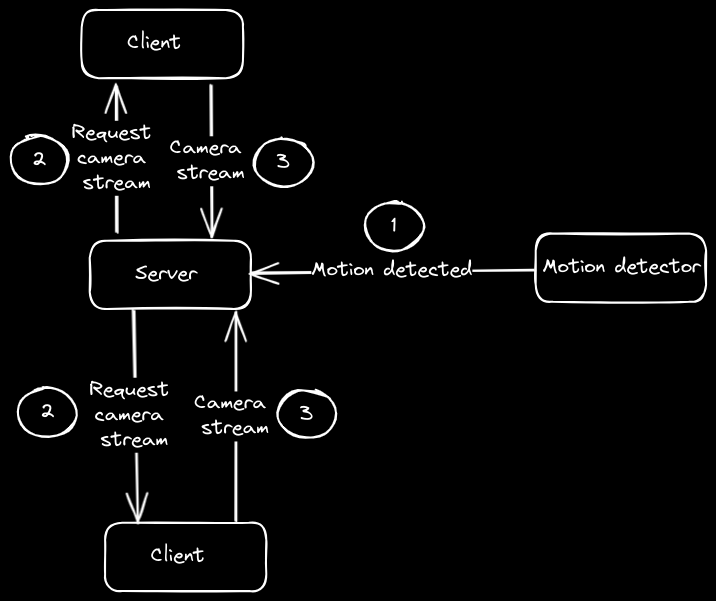
Before: architecture.excalidraw.png, a diagram exported from Excalidraw (balegajay/home_security). Source tidied: one line per element, renumbered; positions are measured from the earlier drawing's top-left corner, leaving out a move shared by most shapes. Source of this version:
```json
{"id": 0, "type": "rectangle", "strokeColor": "#ffffff", "strokeWidth": 2, "roughness": 1, "round": true, "x": 80, "y": 231, "width": 161, "height": 68}
{"id": 1, "type": "text", "text": "Server", "strokeColor": "#ffffff", "strokeWidth": 2, "roughness": 1, "fontSize": 20, "fontFamily": 1, "x": 125, "y": 252, "width": 62, "height": 25}
{"id": 2, "type": "rectangle", "strokeColor": "#ffffff", "strokeWidth": 2, "roughness": 1, "round": true, "x": 95, "y": 513, "width": 161, "height": 68}
{"id": 3, "type": "text", "text": "Client", "strokeColor": "#ffffff", "strokeWidth": 2, "roughness": 1, "fontSize": 20, "fontFamily": 1, "x": 141, "y": 534, "width": 54, "height": 25}
{"id": 4, "type": "rectangle", "strokeColor": "#ffffff", "strokeWidth": 2, "roughness": 1, "round": true, "x": 526, "y": 223, "width": 170, "height": 68}
{"id": 5, "type": "text", "text": "Motion detector", "strokeColor": "#ffffff", "strokeWidth": 2, "roughness": 1, "fontSize": 20, "fontFamily": 1, "x": 533, "y": 245, "width": 158, "height": 25}
{"id": 6, "type": "arrow", "strokeColor": "#ffffff", "strokeWidth": 2, "roughness": 1, "endArrowhead": "arrow", "round": true, "from": 5, "x": 523, "y": 259, "width": 282, "height": 3, "points": [[0, 0], [-282, 3]]}
{"id": 7, "type": "text", "text": "Motion detected", "strokeColor": "#ffffff", "strokeWidth": 2, "roughness": 1, "fontSize": 20, "fontFamily": 1, "textAlign": "center", "verticalAlign": "middle", "inside": 6, "x": 234, "y": 249, "width": 161, "height": 25}
{"id": 8, "type": "arrow", "strokeColor": "#ffffff", "strokeWidth": 2, "roughness": 1, "endArrowhead": "arrow", "round": true, "from": 0, "to": 2, "x": 123, "y": 300, "width": 2, "height": 211, "points": [[0, 0], [2, 211]]}
{"id": 9, "type": "text", "text": "Request \ncamera \nstream", "strokeColor": "#ffffff", "strokeWidth": 2, "roughness": 1, "fontSize": 20, "fontFamily": 1, "textAlign": "center", "verticalAlign": "middle", "inside": 8, "x": 79, "y": 368, "width": 90, "height": 75}
{"id": 10, "type": "arrow", "strokeColor": "#ffffff", "strokeWidth": 2, "roughness": 1, "endArrowhead": "arrow", "round": true, "from": 2, "to": 0, "x": 225, "y": 511, "width": 0, "height": 209, "points": [[0, 0], [0, -209]]}
{"id": 11, "type": "text", "text": "Camera \nstream", "strokeColor": "#ffffff", "strokeWidth": 2, "roughness": 1, "fontSize": 20, "fontFamily": 1, "textAlign": "center", "verticalAlign": "middle", "inside": 10, "x": 184, "y": 381, "width": 82, "height": 50}
{"id": 12, "type": "rectangle", "strokeColor": "#ffffff", "strokeWidth": 2, "roughness": 1, "round": true, "x": 72, "y": 0, "width": 161, "height": 68}
{"id": 13, "type": "text", "text": "Client", "strokeColor": "#ffffff", "strokeWidth": 2, "roughness": 1, "fontSize": 20, "fontFamily": 1, "x": 117, "y": 21, "width": 54, "height": 25}
{"id": 14, "type": "arrow", "strokeColor": "#ffffff", "strokeWidth": 2, "roughness": 1, "endArrowhead": "arrow", "round": true, "from": 0, "to": 12, "x": 107, "y": 222, "width": 0, "height": 146, "points": [[0, 0], [0, -146]]}
{"id": 15, "type": "text", "text": "Request \ncamera \nstream", "strokeColor": "#ffffff", "strokeWidth": 2, "roughness": 1, "fontSize": 20, "fontFamily": 1, "textAlign": "center", "verticalAlign": "middle", "inside": 14, "x": 299, "y": 516, "width": 90, "height": 75}
{"id": 16, "type": "arrow", "strokeColor": "#ffffff", "strokeWidth": 2, "roughness": 1, "endArrowhead": "arrow", "round": true, "from": 12, "to": 0, "x": 201, "y": 75, "width": 0, "height": 151, "points": [[0, 0], [0, 151]]}
{"id": 17, "type": "text", "text": "Camera \nstream", "strokeColor": "#ffffff", "strokeWidth": 2, "roughness": 1, "fontSize": 20, "fontFamily": 1, "textAlign": "center", "verticalAlign": "middle", "inside": 16, "x": 404, "y": 529, "width": 82, "height": 50}
{"id": 18, "type": "ellipse", "strokeColor": "#ffffff", "strokeWidth": 2, "roughness": 1, "round": true, "x": 355, "y": 192, "width": 59, "height": 49}
{"id": 19, "type": "text", "text": "1", "strokeColor": "#ffffff", "strokeWidth": 2, "roughness": 1, "fontSize": 20, "fontFamily": 1, "textAlign": "center", "verticalAlign": "middle", "inside": 18, "x": 381, "y": 204, "width": 5, "height": 25}
{"id": 20, "type": "ellipse", "strokeColor": "#ffffff", "strokeWidth": 2, "roughness": 1, "round": true, "x": 8, "y": 378, "width": 59, "height": 49}
{"id": 21, "type": "text", "text": "2", "strokeColor": "#ffffff", "strokeWidth": 2, "roughness": 1, "fontSize": 20, "fontFamily": 1, "textAlign": "center", "verticalAlign": "middle", "inside": 20, "x": 30, "y": 390, "width": 14, "height": 25}
{"id": 22, "type": "ellipse", "strokeColor": "#ffffff", "strokeWidth": 2, "roughness": 1, "round": true, "x": 0, "y": 126, "width": 59, "height": 49}
{"id": 23, "type": "text", "text": "2", "strokeColor": "#ffffff", "strokeWidth": 2, "roughness": 1, "fontSize": 20, "fontFamily": 1, "textAlign": "center", "verticalAlign": "middle", "inside": 22, "x": 22, "y": 138, "width": 14, "height": 25}
{"id": 24, "type": "ellipse", "strokeColor": "#ffffff", "strokeWidth": 2, "roughness": 1, "round": true, "x": 244, "y": 128, "width": 59, "height": 49}
{"id": 25, "type": "text", "text": "3", "strokeColor": "#ffffff", "strokeWidth": 2, "roughness": 1, "fontSize": 20, "fontFamily": 1, "textAlign": "center", "verticalAlign": "middle", "inside": 24, "x": 267, "y": 140, "width": 14, "height": 25}
{"id": 26, "type": "ellipse", "strokeColor": "#ffffff", "strokeWidth": 2, "roughness": 1, "round": true, "x": 267, "y": 379, "width": 59, "height": 49}
{"id": 27, "type": "text", "text": "3", "strokeColor": "#ffffff", "strokeWidth": 2, "roughness": 1, "fontSize": 20, "fontFamily": 1, "textAlign": "center", "verticalAlign": "middle", "inside": 26, "x": 290, "y": 392, "width": 14, "height": 25}
```
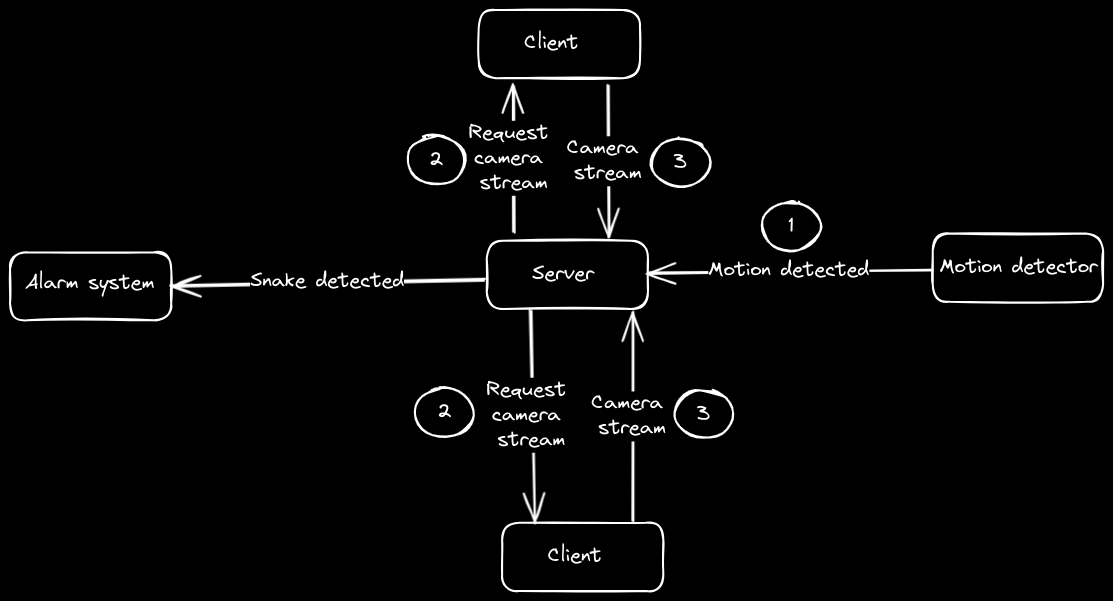
Above is the later version.

Diff of the diagram source:
```diff
@@ -26,3 +26,7 @@
 {"id": 25, "type": "text", "text": "3", "strokeColor": "#ffffff", "strokeWidth": 2, "roughness": 1, "fontSize": 20, "fontFamily": 1, "textAlign": "center", "verticalAlign": "middle", "inside": 24, "x": 267, "y": 140, "width": 14, "height": 25}
 {"id": 26, "type": "ellipse", "strokeColor": "#ffffff", "strokeWidth": 2, "roughness": 1, "round": true, "x": 267, "y": 379, "width": 59, "height": 49}
 {"id": 27, "type": "text", "text": "3", "strokeColor": "#ffffff", "strokeWidth": 2, "roughness": 1, "fontSize": 20, "fontFamily": 1, "textAlign": "center", "verticalAlign": "middle", "inside": 26, "x": 290, "y": 392, "width": 14, "height": 25}
+{"id": 28, "type": "arrow", "strokeColor": "#ffffff", "strokeWidth": 2, "roughness": 1, "endArrowhead": "arrow", "round": true, "from": 0, "x": 77, "y": 269, "width": 313, "height": 6, "points": [[0, 0], [-313, 6]]}
+{"id": 29, "type": "text", "text": "Snake detected", "strokeColor": "#ffffff", "strokeWidth": 2, "roughness": 1, "fontSize": 20, "fontFamily": 1, "textAlign": "center", "verticalAlign": "middle", "inside": 28, "x": -157, "y": 259, "width": 154, "height": 25}
+{"id": 30, "type": "rectangle", "strokeColor": "#ffffff", "strokeWidth": 2, "roughness": 1, "round": true, "x": -397, "y": 242, "width": 161, "height": 68}
+{"id": 31, "type": "text", "text": "Alarm system", "strokeColor": "#ffffff", "strokeWidth": 2, "roughness": 1, "fontSize": 20, "fontFamily": 1, "x": -382, "y": 261, "width": 129, "height": 25}
```
